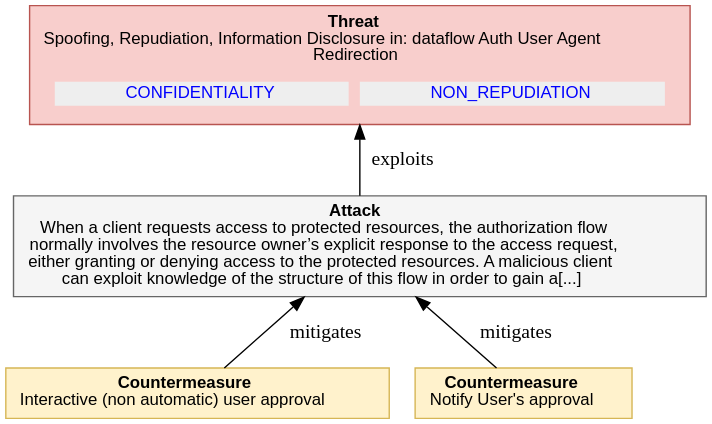
Earlier version of the PlantUML export report-examples/OAuth2/img/threatTree/4_4_1_10_RESOURCE_OWNER_SPOOFING1.svg (DavidCervigni/threat-models). Its source is kept beside it as report-examples/OAuth2/img/threatTree/4_4_1_10_RESOURCE_OWNER_SPOOFING1.puml.
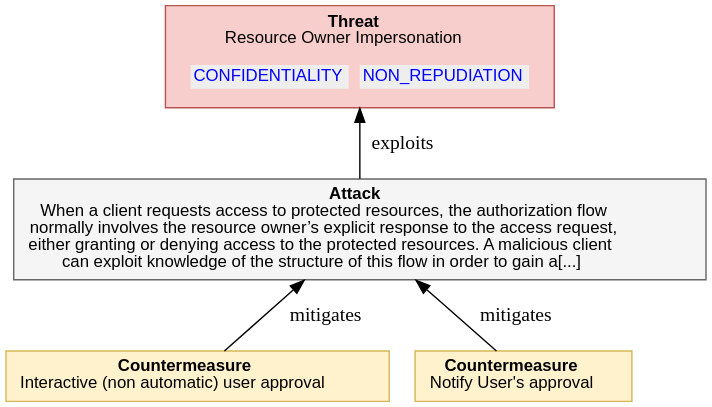
After the commit.

Diff of the diagram source:
```diff
@@ -7,7 +7,7 @@
     <<table border="0" cellborder="0" cellspacing="0">
      <tr><td align="center"><b>Threat</b><br/>
 
-Spoofing, Repudiation, Information Disclosure in: dataflow Auth User Agent<br/>Redirection
+Resource Owner Impersonation
 </td></tr>
      <tr><td><table border="0" cellborder="0" cellspacing="8"><tr>
                 ret += secObj.linkedImpactMDText()
```
